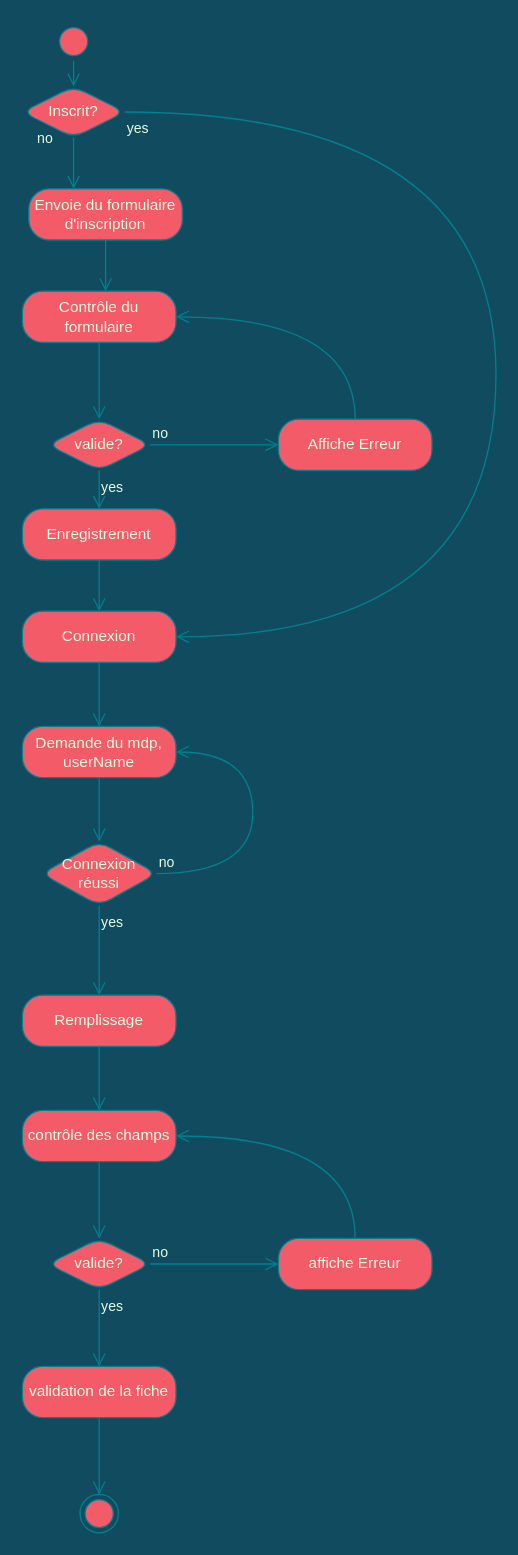
The draw.io diagram Diagramme/DiagrammeActivitéCréationDeFiche.drawio in alnarolekoala/ProjetStage, before the edit. Source tidied: cells renumbered, new cells numbered last; positions are measured from the earlier drawing's top-left corner, leaving out a move shared by most shapes. Both pictures are drawn from the tidied source at 128%, with x=0, y=0 at pixel (22, 22).
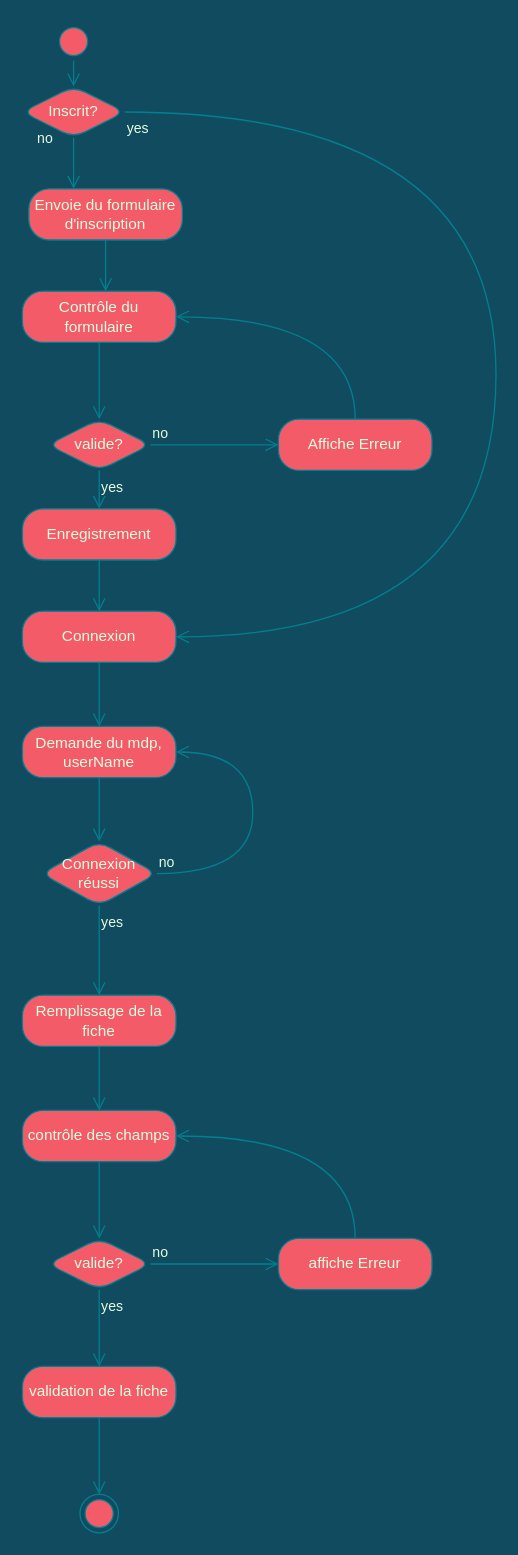
After the change.

The edit, as a diff of the source:
```diff
@@
-    <mxCell id="20" value="Remplissage" style="whiteSpace=wrap;html=1;arcSize=40;fontColor=#E4FDE1;fillColor=#F45B69;strokeColor=#028090;rounded=1;" parent="1" vertex="1">
+    <mxCell id="20" value="Remplissage de la fiche" style="whiteSpace=wrap;html=1;arcSize=40;fontColor=#E4FDE1;fillColor=#F45B69;strokeColor=#028090;rounded=1;" parent="1" vertex="1">
       <mxGeometry y="760" width="120" height="40" as="geometry" />
     </mxCell>
```
